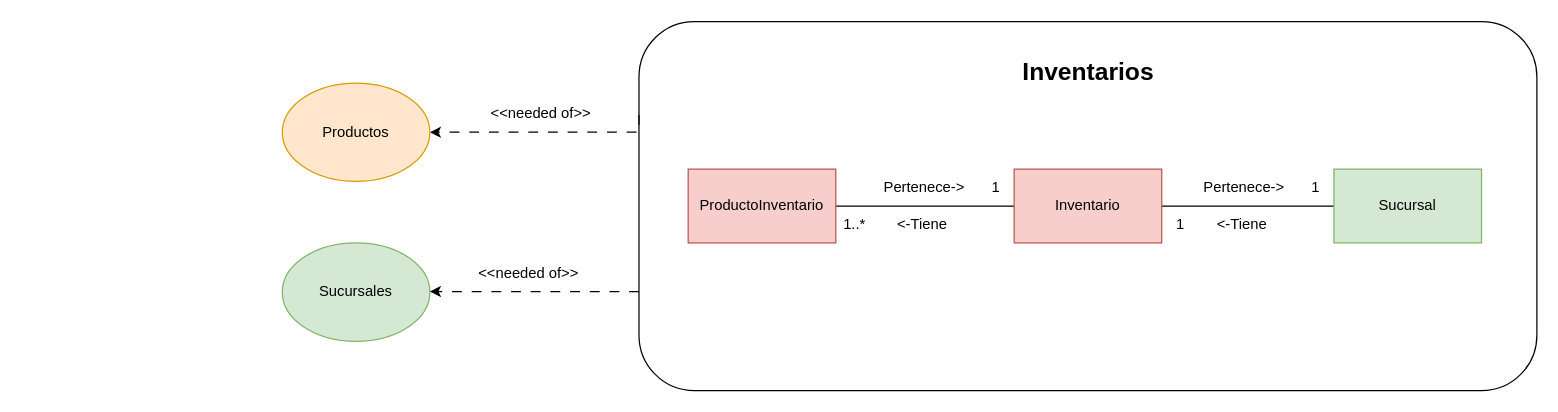
cristianospina/DOO keeps this draw.io diagram as page "4.3 Inventarios-ModeloDominioAcotado" (6 of 16) of SpaOnline/ModeloDominioSpa.drawio. Above is the earlier version. Source tidied: cells renumbered, new cells numbered last; positions are measured from the earlier drawing's top-left corner, leaving out a move shared by most shapes. Both pictures are drawn from the tidied source at 123%, with x=0, y=0 at pixel (282, 21).
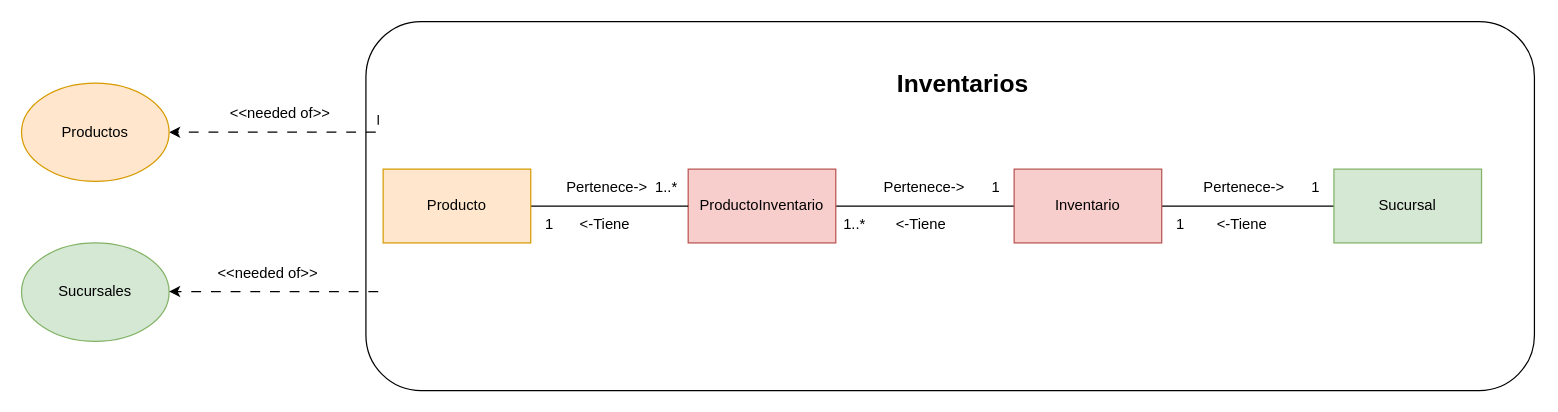
The same diagram, later.

The change refers to these unchanged cells:
```xml
<mxCell id="7" value="ProductoInventario" style="rounded=0;whiteSpace=wrap;html=1;fillColor=#f8cecc;strokeColor=#b85450;" parent="1" vertex="1">
  <mxGeometry x="330" y="120" width="120" height="60" as="geometry" />
</mxCell>
```

What changed in the source:
```diff
@@
     <mxCell id="2" style="rounded=1;whiteSpace=wrap;html=1;" parent="1" vertex="1">
-      <mxGeometry x="290" width="730" height="300" as="geometry" />
+      <mxGeometry x="68" width="950" height="300" as="geometry" />
     </mxCell>
     <mxCell id="3" value="&lt;span style=&quot;font-size: 20px;&quot;&gt;&lt;b&gt;Inventarios&lt;/b&gt;&lt;/span&gt;" style="text;html=1;align=center;verticalAlign=middle;strokeColor=none;fillColor=none;" parent="1" vertex="1">
-      <mxGeometry x="590" y="20" width="130" height="40" as="geometry" />
+      <mxGeometry x="488" y="30" width="130" height="40" as="geometry" />
     </mxCell>
@@
     <mxCell id="9" value="&amp;lt;-Tiene" style="text;html=1;align=center;verticalAlign=middle;fillColor=none;" parent="1" vertex="1">
-      <mxGeometry x="490" y="150" width="60" height="30" as="geometry" />
+      <mxGeometry x="489" y="150" width="60" height="30" as="geometry" />
     </mxCell>
@@
     <mxCell id="12" value="&amp;lt;&amp;lt;needed of&amp;gt;&amp;gt;" style="text;html=1;align=center;verticalAlign=middle;strokeColor=none;fillColor=none;" parent="1" vertex="1">
-      <mxGeometry x="160" y="60" width="100" height="30" as="geometry" />
+      <mxGeometry x="-52" y="60" width="100" height="30" as="geometry" />
     </mxCell>
@@
     <mxCell id="18" value="Sucursales" style="ellipse;whiteSpace=wrap;html=1;fillColor=#d5e8d4;strokeColor=#82b366;" parent="1" vertex="1">
-      <mxGeometry y="180" width="120" height="80" as="geometry" />
+      <mxGeometry x="-212" y="180" width="120" height="80" as="geometry" />
     </mxCell>
     <mxCell id="19" style="edgeStyle=orthogonalEdgeStyle;rounded=0;jettySize=auto;html=1;dashed=1;dashPattern=8 8;" parent="1" edge="1" target="18">
       <mxGeometry relative="1" as="geometry">
-        <mxPoint x="290" y="219.5" as="sourcePoint" />
+        <mxPoint x="78" y="219.5" as="sourcePoint" />
       </mxGeometry>
     </mxCell>
     <mxCell id="20" value="&amp;lt;&amp;lt;needed of&amp;gt;&amp;gt;" style="text;html=1;align=center;verticalAlign=middle;strokeColor=none;fillColor=none;" parent="1" vertex="1">
-      <mxGeometry x="150" y="190" width="100" height="30" as="geometry" />
+      <mxGeometry x="-62" y="190" width="100" height="30" as="geometry" />
     </mxCell>
     <mxCell id="21" style="edgeStyle=orthogonalEdgeStyle;rounded=0;jettySize=auto;html=1;dashed=1;dashPattern=8 8;" parent="1" edge="1" target="22">
       <mxGeometry relative="1" as="geometry">
-        <mxPoint x="290" y="76" as="sourcePoint" />
+        <mxPoint x="78" y="76" as="sourcePoint" />
         <Array as="points">
-          <mxPoint x="290" y="90" />
+          <mxPoint x="78" y="90" />
         </Array>
       </mxGeometry>
     </mxCell>
     <mxCell id="22" value="Productos" style="ellipse;whiteSpace=wrap;html=1;fillColor=#ffe6cc;strokeColor=#d79b00;" parent="1" vertex="1">
-      <mxGeometry y="50" width="120" height="80" as="geometry" />
+      <mxGeometry x="-212" y="50" width="120" height="80" as="geometry" />
     </mxCell>
+    <mxCell id="23" style="edgeStyle=orthogonalEdgeStyle;rounded=0;jettySize=auto;html=1;endArrow=none;endFill=0;" parent="1" edge="1" source="24" target="7">
+      <mxGeometry relative="1" as="geometry" />
+    </mxCell>
+    <mxCell id="24" value="Producto" style="rounded=0;whiteSpace=wrap;html=1;fillColor=#ffe6cc;strokeColor=#d79b00;" parent="1" vertex="1">
+      <mxGeometry x="82" y="120" width="120" height="60" as="geometry" />
+    </mxCell>
+    <mxCell id="25" value="&amp;nbsp;Pertenece-&amp;gt;" style="text;html=1;align=center;verticalAlign=middle;fillColor=none;" parent="1" vertex="1">
+      <mxGeometry x="217" y="120" width="90" height="30" as="geometry" />
+    </mxCell>
+    <mxCell id="26" value="&amp;lt;-Tiene" style="text;html=1;align=center;verticalAlign=middle;fillColor=none;" parent="1" vertex="1">
+      <mxGeometry x="232" y="150" width="60" height="30" as="geometry" />
+    </mxCell>
+    <mxCell id="27" value="1..*" style="text;html=1;align=center;verticalAlign=middle;fillColor=none;" parent="1" vertex="1">
+      <mxGeometry x="292" y="120" width="40" height="30" as="geometry" />
+    </mxCell>
+    <mxCell id="28" value="1" style="text;html=1;align=center;verticalAlign=middle;fillColor=none;" parent="1" vertex="1">
+      <mxGeometry x="202" y="150" width="30" height="30" as="geometry" />
+    </mxCell>
```
